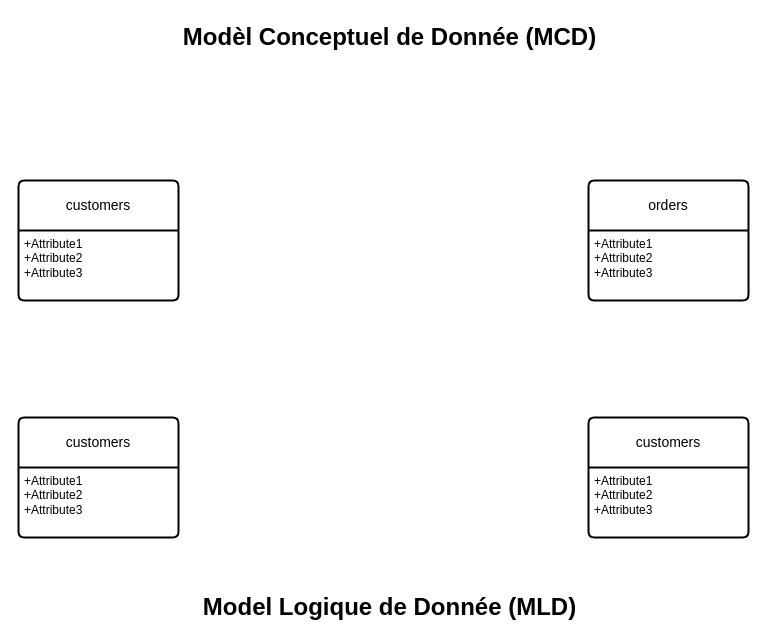
The draw.io diagram SAYNA-MERISESQL-ECOMMERCE.drawio in HenriRenri/SAYNA-MERISESQL-ECOMMERCE, before the edit. Source tidied: cells renumbered, new cells numbered last; positions are measured from the earlier drawing's top-left corner, leaving out a move shared by most shapes. Both pictures are drawn from the tidied source at 100%, with x=0, y=0 at pixel (18, 17).
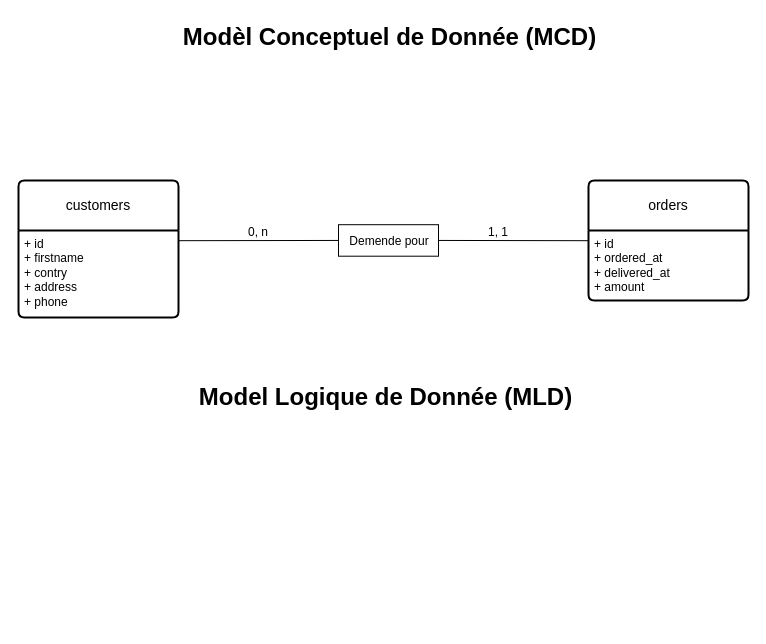
The same page after the edit.

Commit message (it also covers changes not shown here):
Mettre à jour SAYNA-MERISESQL-ECOMMERCE.drawio

The edit, as a diff of the source:
```diff
@@
 <mxGraphModel>
   <root>
     <mxCell id="0" />
     <mxCell id="1" parent="0" />
     <mxCell id="2" value="customers" style="swimlane;horizontal=1;startSize=50;rounded=1;fontSize=14;fontStyle=0;strokeWidth=2;shadow=0;dashed=0;align=center;arcSize=4;whiteSpace=wrap;html=1;" parent="1" vertex="1">
-      <mxGeometry y="163" width="160" height="120" as="geometry" />
+      <mxGeometry y="163" width="160" height="137" as="geometry" />
     </mxCell>
-    <mxCell id="3" value="+Attribute1&#10;+Attribute2&#10;+Attribute3" style="align=left;strokeColor=none;fillColor=none;spacingLeft=4;fontSize=12;verticalAlign=top;html=1;" parent="2" vertex="1">
-      <mxGeometry y="50" width="160" height="70" as="geometry" />
+    <mxCell id="3" value="+ id&lt;br&gt;+ firstname&lt;br&gt;&lt;div&gt;+ contry&lt;/div&gt;&lt;div&gt;+ address&lt;/div&gt;&lt;div&gt;+ phone&lt;br&gt;&lt;/div&gt;" style="align=left;strokeColor=none;fillColor=none;spacingLeft=4;fontSize=12;verticalAlign=top;html=1;" parent="2" vertex="1">
+      <mxGeometry y="50" width="160" height="87" as="geometry" />
     </mxCell>
     <mxCell id="4" value="Modèl Conceptuel de Donnée (MCD)" style="text;strokeColor=none;fillColor=none;html=1;fontSize=24;fontStyle=1;verticalAlign=middle;align=center;" parent="1" vertex="1">
       <mxGeometry x="130" width="481" height="40" as="geometry" />
     </mxCell>
     <mxCell id="5" value="orders" style="swimlane;horizontal=1;startSize=50;rounded=1;fontSize=14;fontStyle=0;strokeWidth=2;shadow=0;dashed=0;align=center;arcSize=4;whiteSpace=wrap;html=1;" parent="1" vertex="1">
       <mxGeometry x="570" y="163" width="160" height="120" as="geometry" />
     </mxCell>
+    <mxCell id="12" style="endArrow=none;html=1;rounded=0;exitX=1;exitY=0.5;exitDx=0;exitDy=0;" parent="5" edge="1" source="13">
+      <mxGeometry relative="1" as="geometry">
+        <mxPoint y="60.2" as="targetPoint" />
+      </mxGeometry>
+    </mxCell>
-    <mxCell id="6" value="+Attribute1&#10;+Attribute2&#10;+Attribute3" style="align=left;strokeColor=none;fillColor=none;spacingLeft=4;fontSize=12;verticalAlign=top;html=1;" parent="5" vertex="1">
+    <mxCell id="6" value="+ id&lt;br&gt;+ ordered_at&lt;br&gt;&lt;div&gt;+ delivered_at&lt;/div&gt;&lt;div&gt;+ amount&lt;br&gt;&lt;/div&gt;" style="align=left;strokeColor=none;fillColor=none;spacingLeft=4;fontSize=12;verticalAlign=top;html=1;" parent="5" vertex="1">
       <mxGeometry y="50" width="160" height="70" as="geometry" />
     </mxCell>
-    <mxCell id="7" value="customers" style="swimlane;horizontal=1;startSize=50;rounded=1;fontSize=14;fontStyle=0;strokeWidth=2;shadow=0;dashed=0;align=center;arcSize=4;whiteSpace=wrap;html=1;" parent="1" vertex="1">
-      <mxGeometry y="400" width="160" height="120" as="geometry" />
-    </mxCell>
-    <mxCell id="8" value="+Attribute1&#10;+Attribute2&#10;+Attribute3" style="align=left;strokeColor=none;fillColor=none;spacingLeft=4;fontSize=12;verticalAlign=top;html=1;" parent="7" vertex="1">
-      <mxGeometry y="50" width="160" height="70" as="geometry" />
-    </mxCell>
-    <mxCell id="9" value="customers" style="swimlane;horizontal=1;startSize=50;rounded=1;fontSize=14;fontStyle=0;strokeWidth=2;shadow=0;dashed=0;align=center;arcSize=4;whiteSpace=wrap;html=1;" parent="1" vertex="1">
-      <mxGeometry x="570" y="400" width="160" height="120" as="geometry" />
-    </mxCell>
-    <mxCell id="10" value="+Attribute1&#10;+Attribute2&#10;+Attribute3" style="align=left;strokeColor=none;fillColor=none;spacingLeft=4;fontSize=12;verticalAlign=top;html=1;" parent="9" vertex="1">
-      <mxGeometry y="50" width="160" height="70" as="geometry" />
-    </mxCell>
     <mxCell id="11" value="Model Logique de Donnée (MLD)" style="text;strokeColor=none;fillColor=none;html=1;fontSize=24;fontStyle=1;verticalAlign=middle;align=center;" parent="1" vertex="1">
-      <mxGeometry x="167.5" y="570" width="406" height="40" as="geometry" />
+      <mxGeometry x="164" y="360" width="406" height="40" as="geometry" />
     </mxCell>
+    <mxCell id="13" style="rounded=0;whiteSpace=wrap;html=1;" parent="1" vertex="1">
+      <mxGeometry x="320" y="207.2" width="100" height="31.5" as="geometry" />
+    </mxCell>
+    <mxCell id="14" value="Demende pour" style="text;html=1;strokeColor=none;fillColor=none;align=center;verticalAlign=middle;whiteSpace=wrap;rounded=0;" parent="1" vertex="1">
+      <mxGeometry x="327.5" y="208.8" width="86" height="30" as="geometry" />
+    </mxCell>
+    <mxCell id="15" style="endArrow=none;html=1;rounded=0;exitX=1;exitY=0.5;exitDx=0;exitDy=0;entryX=0;entryY=0.5;entryDx=0;entryDy=0;" parent="1" edge="1" target="13">
+      <mxGeometry relative="1" as="geometry">
+        <mxPoint x="160" y="223.2" as="sourcePoint" />
+      </mxGeometry>
+    </mxCell>
+    <mxCell id="16" value="0, n" style="text;html=1;strokeColor=none;fillColor=none;align=center;verticalAlign=middle;whiteSpace=wrap;rounded=0;" parent="1" vertex="1">
+      <mxGeometry x="210" y="200" width="60" height="30" as="geometry" />
+    </mxCell>
+    <mxCell id="17" value="1, 1" style="text;html=1;strokeColor=none;fillColor=none;align=center;verticalAlign=middle;whiteSpace=wrap;rounded=0;" parent="1" vertex="1">
+      <mxGeometry x="450" y="200" width="60" height="30" as="geometry" />
+    </mxCell>
   </root>
 </mxGraphModel>
```
